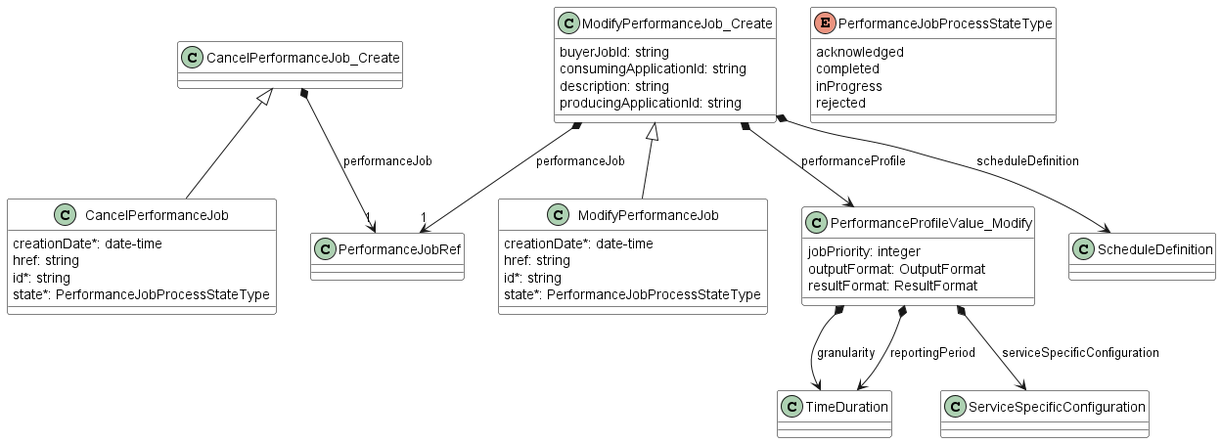
This is documentation/serviceApi/pm/performance/media/performanceMonitoringDataModelPart2.png from MEF-GIT/MEF-LSO-Legato-SDK, a PlantUML export, as it was before one commit.
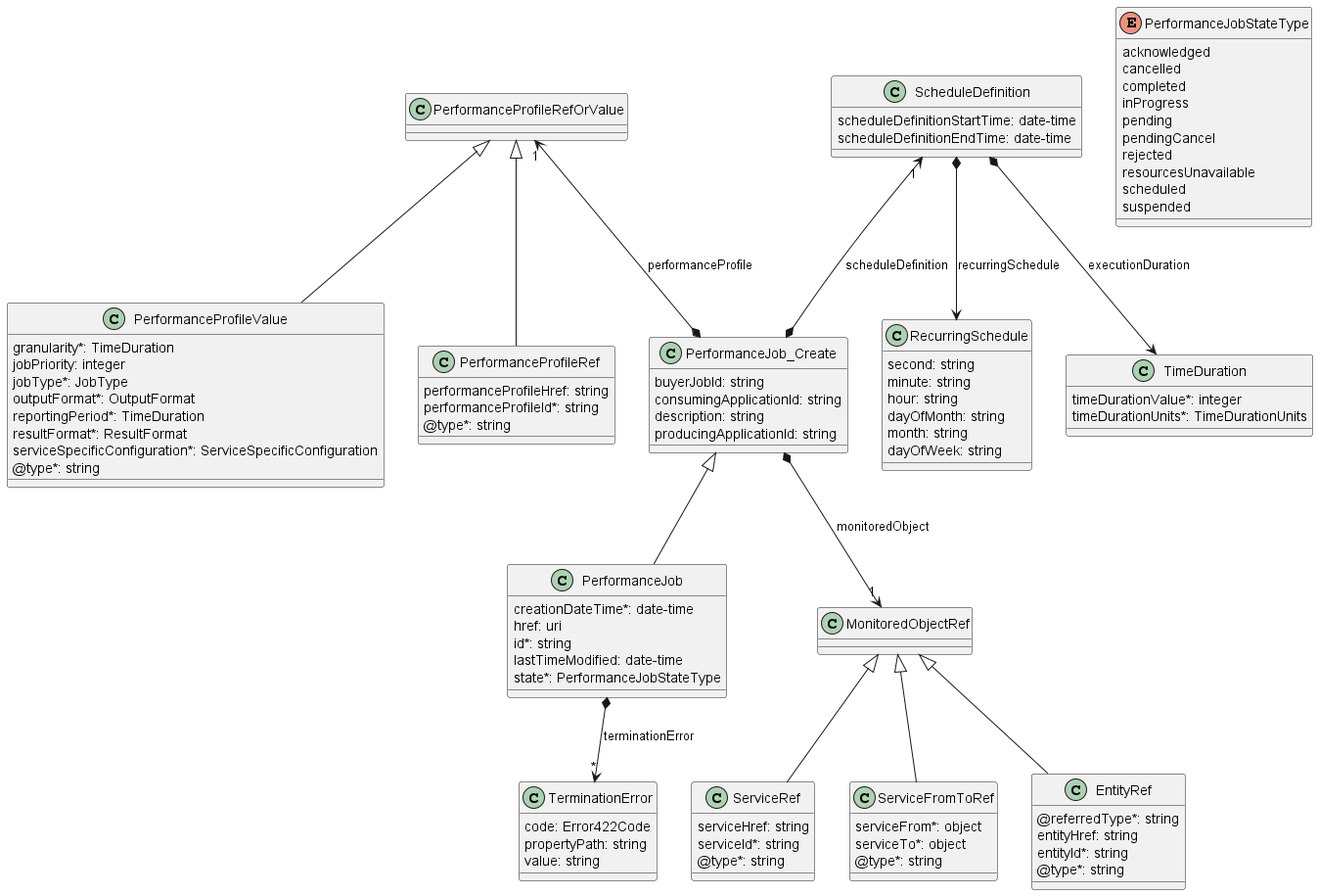
After the commit.

What changed in the source:
```diff
@@ -1,69 +1,118 @@
 @startuml performanceMonitoringDataModelPart2
-skinparam {
-    ClassBackgroundColor White
-    ClassBorderColor Black
+
+class PerformanceJob {
+    creationDateTime*: date-time
+    href: uri
+    id*: string
+    lastTimeModified: date-time
+    state*: PerformanceJobStateType
 }
+PerformanceJob *-->"*" TerminationError: terminationError
 
+PerformanceJob_Create <|-- PerformanceJob
 
-
-class CancelPerformanceJob {
-
-    creationDate*: date-time
-    href: string
-    id*: string
-    state*: PerformanceJobProcessStateType
-}
-CancelPerformanceJob_Create <|-- CancelPerformanceJob
-
-
-
-class CancelPerformanceJob_Create {
-
-}
-
-CancelPerformanceJob_Create *-->"1" PerformanceJobRef : performanceJob
-
-class ModifyPerformanceJob {
-
-    creationDate*: date-time
-    href: string
-    id*: string
-    state*: PerformanceJobProcessStateType
-}
-ModifyPerformanceJob_Create <|-- ModifyPerformanceJob
-
-
-
-class ModifyPerformanceJob_Create {
-
+class PerformanceJob_Create {
     buyerJobId: string
     consumingApplicationId: string
     description: string
     producingApplicationId: string
 }
 
-ModifyPerformanceJob_Create *-->"1" PerformanceJobRef : performanceJob
-ModifyPerformanceJob_Create *--> PerformanceProfileValue_Modify : performanceProfile
-ModifyPerformanceJob_Create *--> ScheduleDefinition : scheduleDefinition
+PerformanceJob_Create *-->"1" MonitoredObjectRef : monitoredObject
+PerformanceJob_Create *-u->"1" PerformanceProfileRefOrValue : performanceProfile
+PerformanceJob_Create *-u->"1" ScheduleDefinition : scheduleDefinition
 
-
-class PerformanceProfileValue_Modify {
-
-    jobPriority: integer
-    outputFormat: OutputFormat
-    resultFormat: ResultFormat
+class TerminationError {
+    code: Error422Code
+    propertyPath: string
+    value: string
 }
 
-PerformanceProfileValue_Modify *--> TimeDuration : granularity
-PerformanceProfileValue_Modify *--> TimeDuration : reportingPeriod
-PerformanceProfileValue_Modify *--> ServiceSpecificConfiguration : serviceSpecificConfiguration
+class MonitoredObjectRef {
 
-enum PerformanceJobProcessStateType {
+}
+
+class EntityRef {
+    @referredType*: string
+    entityHref: string
+    entityId*: string
+    @type*: string
+}
+
+class ServiceRef {
+    serviceHref: string
+    serviceId*: string
+    @type*: string
+}
+
+class ServiceFromToRef {
+
+    serviceFrom*: object
+    serviceTo*: object
+    @type*: string
+}
+
+MonitoredObjectRef <|-- EntityRef
+MonitoredObjectRef <|-- ServiceFromToRef
+MonitoredObjectRef <|-- ServiceRef
+
+class PerformanceProfileRefOrValue {
+
+}
+
+class PerformanceProfileRef {
+    performanceProfileHref: string
+    performanceProfileId*: string
+    @type*: string
+}
+
+class PerformanceProfileValue {
+    granularity*: TimeDuration
+    jobPriority: integer
+    jobType*: JobType
+    outputFormat*: OutputFormat
+    reportingPeriod*: TimeDuration
+    resultFormat*: ResultFormat
+    serviceSpecificConfiguration*: ServiceSpecificConfiguration
+    @type*: string
+}
+
+PerformanceProfileRefOrValue <|-- PerformanceProfileRef
+PerformanceProfileRefOrValue <|-- PerformanceProfileValue
+
+class ScheduleDefinition {
+    scheduleDefinitionStartTime: date-time
+    scheduleDefinitionEndTime: date-time
+}
+
+ScheduleDefinition *--> RecurringSchedule : recurringSchedule
+ScheduleDefinition *--> TimeDuration : executionDuration
+
+class RecurringSchedule {
+    second: string
+    minute: string
+    hour: string
+    dayOfMonth: string
+    month: string
+    dayOfWeek: string
+}
+
+class TimeDuration {
+    timeDurationValue*: integer
+    timeDurationUnits*: TimeDurationUnits
+}
+
+enum PerformanceJobStateType {
     acknowledged
+    cancelled
     completed
     inProgress
+    pending
+    pendingCancel
     rejected
+    resourcesUnavailable
+    scheduled
+    suspended
 }
 
-
 @enduml
```
